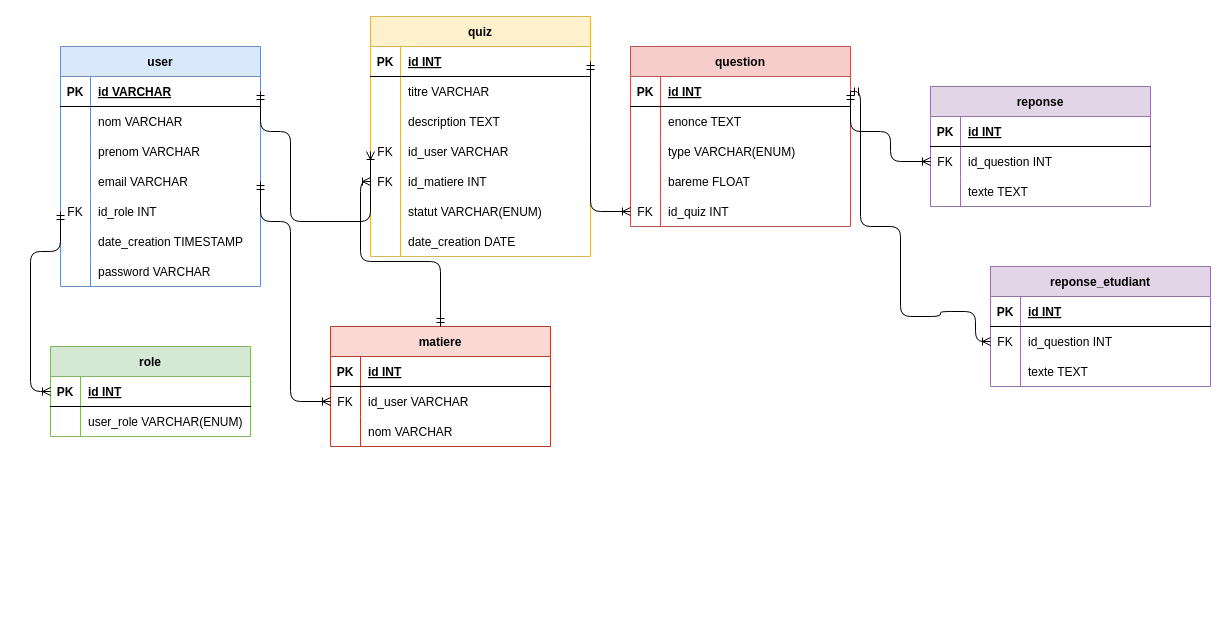
Above: base_de_donnee.drawio in fathia09/Projet-Long (draw.io), before the change. Source tidied: cells renumbered, new cells numbered last; positions are measured from the earlier drawing's top-left corner, leaving out a move shared by most shapes. Both pictures are drawn from the tidied source at 100%, with x=0, y=0 at pixel (30, 16).
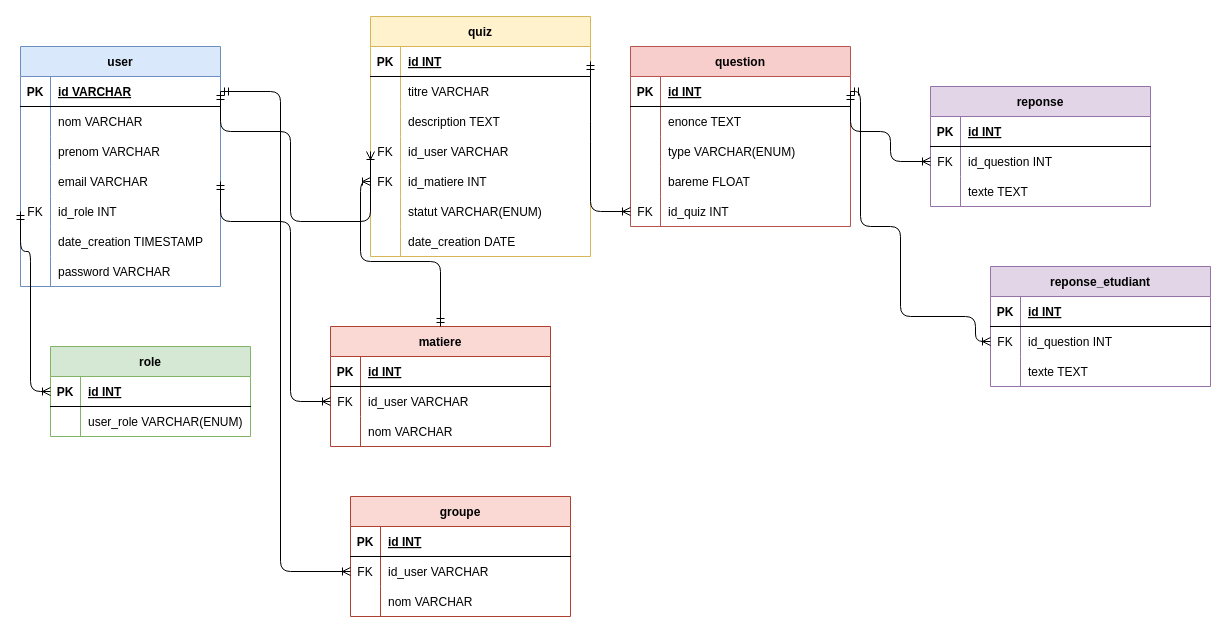
The same diagram, later.

Commit message:
modification du schéma

Unchanged cells that the change refers to:
```xml
<mxCell id="3" style="shape=tableRow;horizontal=0;startSize=0;swimlaneHead=0;swimlaneBody=0;fillColor=none;points=[[0,0.5],[1,0.5]];portConstraint=eastwest;top=0;left=0;right=0;bottom=1;" parent="2" vertex="1">
  <mxGeometry y="30" width="200" height="30" as="geometry" />
</mxCell>
<mxCell id="54" style="shape=tableRow;horizontal=0;startSize=0;swimlaneHead=0;swimlaneBody=0;fillColor=none;points=[[0,0.5],[1,0.5]];portConstraint=eastwest;top=0;left=0;right=0;bottom=1;" parent="53" vertex="1">
  <mxGeometry y="30" width="220" height="30" as="geometry" />
</mxCell>
<mxCell id="99" style="shape=tableRow;horizontal=0;startSize=0;swimlaneHead=0;swimlaneBody=0;fillColor=none;points=[[0,0.5],[1,0.5]];portConstraint=eastwest;top=0;left=0;right=0;bottom=0;" parent="95" vertex="1">
  <mxGeometry y="60" width="220" height="30" as="geometry" />
</mxCell>
```

Change to the diagram source:
```diff
@@
     <mxCell id="2" value="user" style="shape=table;startSize=30;childLayout=tableLayout;rowLines=0;fontStyle=1;align=center;fillColor=#dae8fc;strokeColor=#6c8ebf;" parent="1" vertex="1">
-      <mxGeometry x="30" y="30" width="200" height="240" as="geometry" />
+      <mxGeometry x="-10" y="30" width="200" height="240" as="geometry" />
     </mxCell>
@@
     <mxCell id="105" style="edgeStyle=orthogonalEdgeStyle;fontSize=12;html=1;endArrow=ERoneToMany;startArrow=ERmandOne;exitX=1;exitY=0.5;exitDx=0;exitDy=0;entryX=0;entryY=0.5;entryDx=0;entryDy=0;" parent="1" edge="1" source="54" target="99">
       <mxGeometry relative="1" as="geometry">
         <Array as="points">
           <mxPoint x="830" y="75" />
           <mxPoint x="830" y="210" />
           <mxPoint x="870" y="210" />
           <mxPoint x="870" y="300" />
-          <mxPoint x="910" y="300" />
-          <mxPoint x="910" y="295" />
-          <mxPoint x="945" y="295" />
+          <mxPoint x="945" y="300" />
           <mxPoint x="945" y="325" />
         </Array>
       </mxGeometry>
     </mxCell>
+    <mxCell id="106" value="groupe" style="shape=table;startSize=30;childLayout=tableLayout;rowLines=0;fontStyle=1;align=center;fillColor=#fad9d5;strokeColor=#ae4132;" parent="1" vertex="1">
+      <mxGeometry x="320" y="480" width="220" height="120" as="geometry" />
+    </mxCell>
+    <mxCell id="107" style="shape=tableRow;horizontal=0;startSize=0;swimlaneHead=0;swimlaneBody=0;fillColor=none;top=0;left=0;right=0;bottom=1;" parent="106" vertex="1">
+      <mxGeometry y="30" width="220" height="30" as="geometry" />
+    </mxCell>
+    <mxCell id="108" value="PK" style="shape=partialRectangle;fillColor=none;top=0;left=0;bottom=0;right=0;fontStyle=1;overflow=hidden;" parent="107" vertex="1">
+      <mxGeometry width="30" height="30" as="geometry" />
+    </mxCell>
+    <mxCell id="109" value="id INT" style="shape=partialRectangle;fillColor=none;top=0;left=0;bottom=0;right=0;align=left;spacingLeft=6;fontStyle=5;overflow=hidden;" parent="107" vertex="1">
+      <mxGeometry x="30" width="190" height="30" as="geometry" />
+    </mxCell>
+    <mxCell id="110" style="shape=tableRow;horizontal=0;startSize=0;swimlaneHead=0;swimlaneBody=0;fillColor=none;points=[[0,0.5],[1,0.5]];portConstraint=eastwest;top=0;left=0;right=0;bottom=0;" parent="106" vertex="1">
+      <mxGeometry y="60" width="220" height="30" as="geometry" />
+    </mxCell>
+    <mxCell id="111" value="FK" style="shape=partialRectangle;fillColor=none;top=0;left=0;bottom=0;right=0;overflow=hidden;" parent="110" vertex="1">
+      <mxGeometry width="30" height="30" as="geometry" />
+    </mxCell>
+    <mxCell id="112" value="id_user VARCHAR" style="shape=partialRectangle;fillColor=none;top=0;left=0;bottom=0;right=0;align=left;spacingLeft=6;overflow=hidden;" parent="110" vertex="1">
+      <mxGeometry x="30" width="190" height="30" as="geometry" />
+    </mxCell>
+    <mxCell id="113" style="shape=tableRow;horizontal=0;startSize=0;swimlaneHead=0;swimlaneBody=0;fillColor=none;top=0;left=0;right=0;bottom=0;" parent="106" vertex="1">
+      <mxGeometry y="90" width="220" height="30" as="geometry" />
+    </mxCell>
+    <mxCell id="114" style="shape=partialRectangle;fillColor=none;top=0;left=0;bottom=0;right=0;overflow=hidden;" parent="113" vertex="1">
+      <mxGeometry width="30" height="30" as="geometry" />
+    </mxCell>
+    <mxCell id="115" value="nom VARCHAR" style="shape=partialRectangle;fillColor=none;top=0;left=0;bottom=0;right=0;align=left;spacingLeft=6;overflow=hidden;" parent="113" vertex="1">
+      <mxGeometry x="30" width="190" height="30" as="geometry" />
+    </mxCell>
+    <mxCell id="116" style="edgeStyle=orthogonalEdgeStyle;fontSize=12;html=1;endArrow=ERoneToMany;startArrow=ERmandOne;exitX=1;exitY=0.5;exitDx=0;exitDy=0;entryX=0;entryY=0.5;entryDx=0;entryDy=0;" parent="1" edge="1" source="3" target="110">
+      <mxGeometry relative="1" as="geometry">
+        <Array as="points">
+          <mxPoint x="250" y="75" />
+          <mxPoint x="250" y="555" />
+        </Array>
+      </mxGeometry>
+    </mxCell>
```
